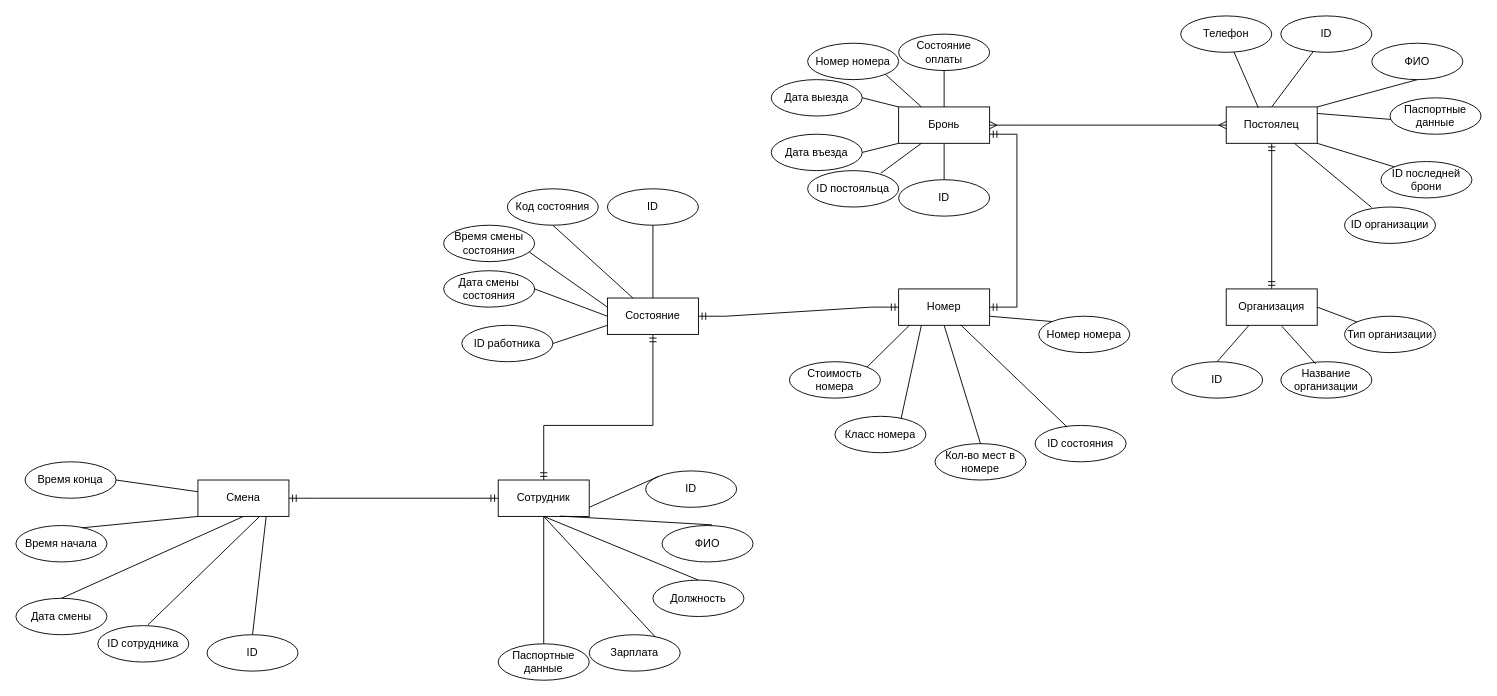
This is page "Диаграмма RU" (3 of 3) of Kostylev_Hostel.drawio from Haxersociety/DataBase_Hostel, a draw.io file, before an edit. Source tidied: cells renumbered, new cells numbered last; positions are measured from the earlier drawing's top-left corner, leaving out a move shared by most shapes. Both pictures are drawn from the tidied source at 91%, with x=0, y=0 at pixel (15, 15).
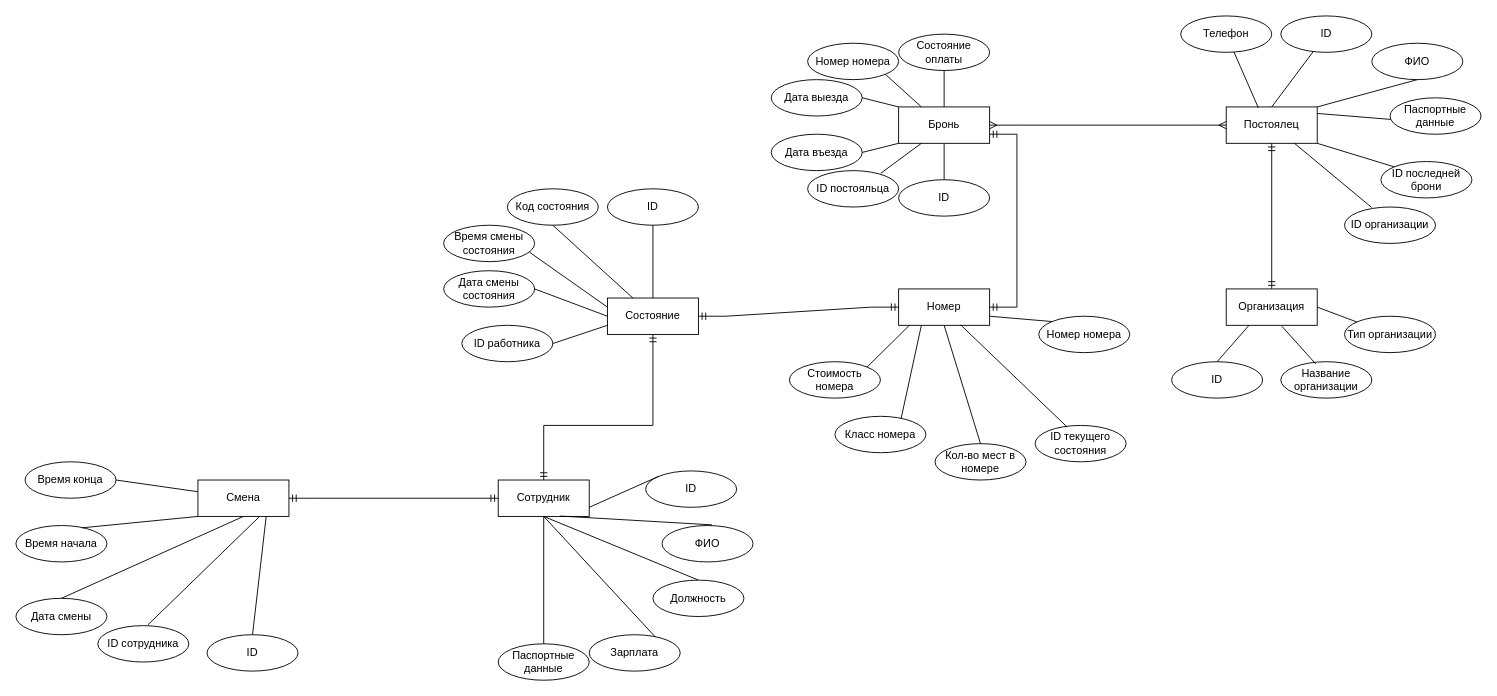
The same page after the edit.

Diff of the diagram source:
```diff
@@
-    <mxCell id="35" value="ID состояния" style="ellipse;whiteSpace=wrap;html=1;align=center;strokeColor=default;" parent="1" vertex="1">
+    <mxCell id="35" value="ID текущего состояния" style="ellipse;whiteSpace=wrap;html=1;align=center;strokeColor=default;" parent="1" vertex="1">
       <mxGeometry x="1120" y="450" width="100" height="40" as="geometry" />
     </mxCell>
```
